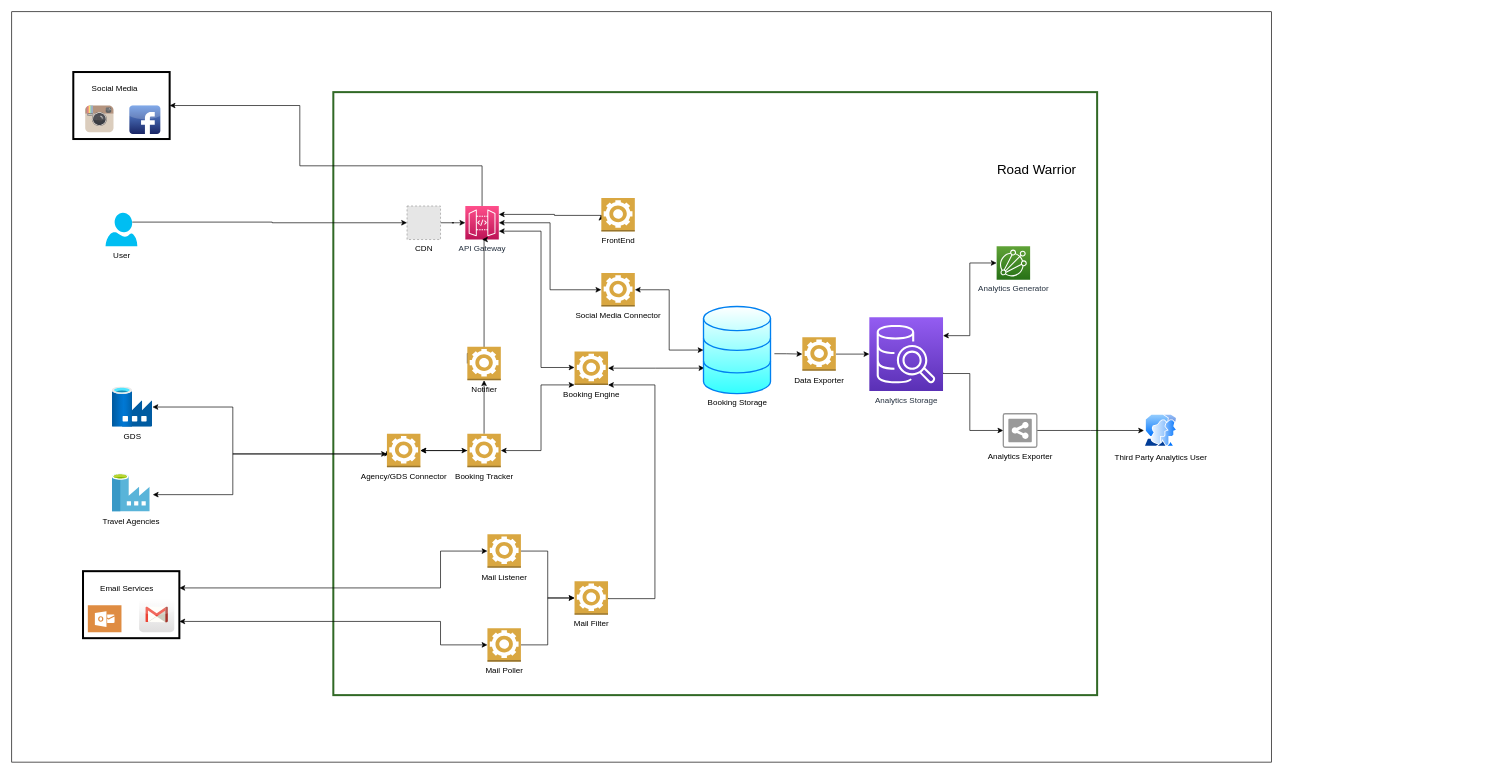
Earlier version of the draw.io diagram doc/arch/road-warrior-highlevel.drawio (relic-da/ArchEnemies). Source tidied: cells renumbered, new cells numbered last; positions are measured from the earlier drawing's top-left corner, leaving out a move shared by most shapes. Both pictures are drawn from the tidied source at 67%, with x=0, y=0 at pixel (11, 11). Pictures stored in the file or linked from it are replaced by grey dashed boxes.
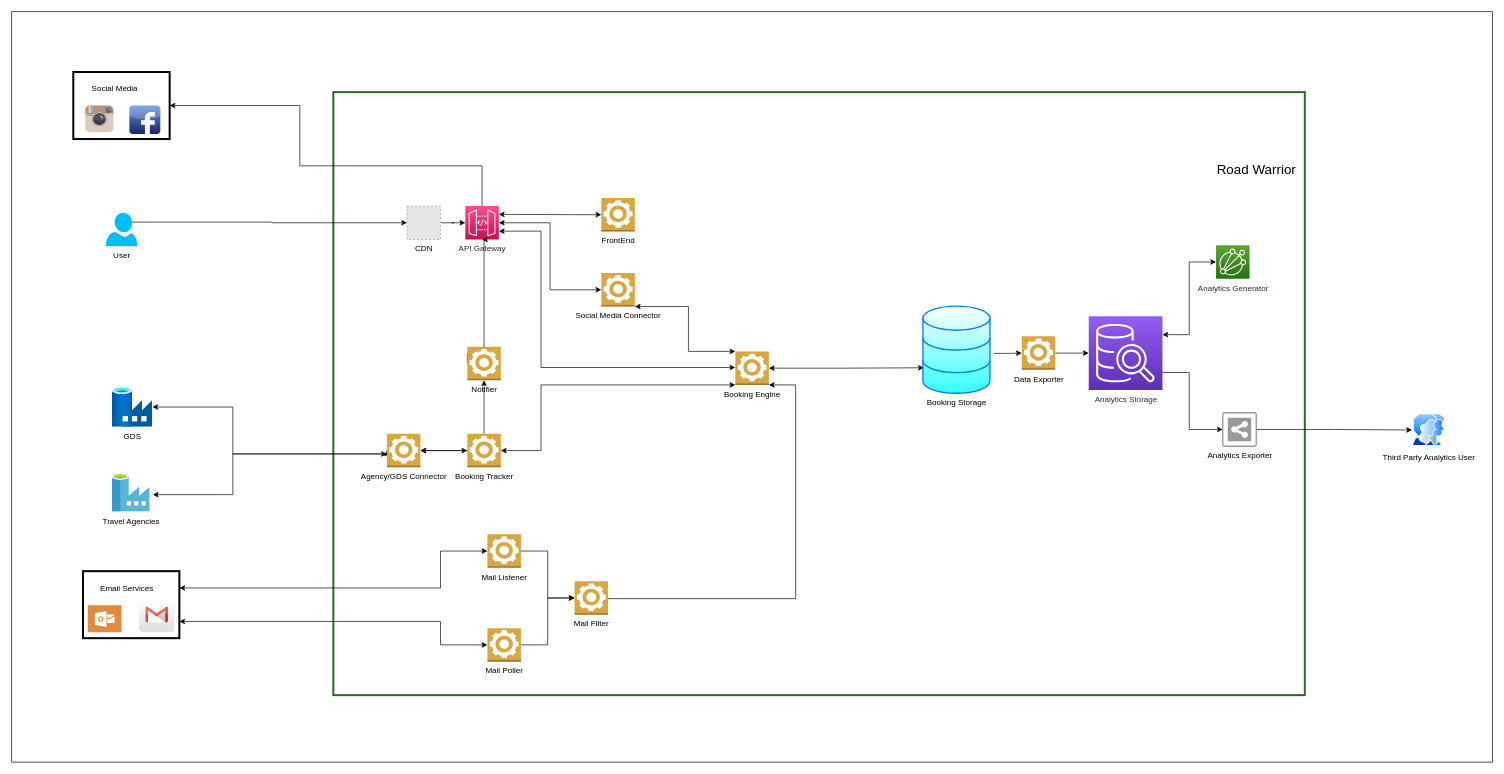
The same page after the edit.

Commit message (it also covers changes not shown here):
Added high level diagram

Unchanged cells that the change refers to:
```xml
<mxCell id="8" value="API Gateway" style="sketch=0;points=[[0,0,0],[0.25,0,0],[0.5,0,0],[0.75,0,0],[1,0,0],[0,1,0],[0.25,1,0],[0.5,1,0],[0.75,1,0],[1,1,0],[0,0.25,0],[0,0.5,0],[0,0.75,0],[1,0.25,0],[1,0.5,0],[1,0.75,0]];outlineConnect=0;fontColor=#232F3E;gradientColor=#FF4F8B;gradientDirection=north;fillColor=#BC1356;strokeColor=#ffffff;dashed=0;verticalLabelPosition=bottom;verticalAlign=top;align=center;html=1;fontSize=12;fontStyle=0;shape=mxgraph.aws4.resourceIcon;resIcon=mxgraph.aws4.api_gateway;" parent="1" vertex="1">
  <mxGeometry x="677" y="290" width="50" height="50" as="geometry" />
</mxCell>
<mxCell id="17" value="Mail Filter" style="outlineConnect=0;dashed=0;verticalLabelPosition=bottom;verticalAlign=top;align=center;html=1;shape=mxgraph.aws3.worker;fillColor=#D9A741;gradientColor=none;" parent="1" vertex="1">
  <mxGeometry x="840" y="850" width="50" height="50" as="geometry" />
</mxCell>
<mxCell id="34" value="Social Media Connector" style="outlineConnect=0;dashed=0;verticalLabelPosition=bottom;verticalAlign=top;align=center;html=1;shape=mxgraph.aws3.worker;fillColor=#D9A741;gradientColor=none;" parent="1" vertex="1">
  <mxGeometry x="880" y="390" width="50" height="50" as="geometry" />
</mxCell>
<mxCell id="43" value="FrontEnd" style="outlineConnect=0;dashed=0;verticalLabelPosition=bottom;verticalAlign=top;align=center;html=1;shape=mxgraph.aws3.worker;fillColor=#D9A741;gradientColor=none;" parent="1" vertex="1">
  <mxGeometry x="880" y="278" width="50" height="50" as="geometry" />
</mxCell>
```

Diff of the diagram source:
```diff
@@
+    <mxCell id="57" style="rounded=0;whiteSpace=wrap;html=1;strokeWidth=1;strokeColor=#030000;fillColor=none;gradientColor=none;perimeterSpacing=0;" parent="1" vertex="1">
+      <mxGeometry width="2210" height="1120" as="geometry" />
+    </mxCell>
     <mxCell id="2" style="rounded=0;whiteSpace=wrap;html=1;strokeWidth=3;strokeColor=#316926;fillColor=none;gradientColor=none;perimeterSpacing=0;" parent="1" vertex="1">
-      <mxGeometry x="480" y="120" width="1140" height="900" as="geometry" />
+      <mxGeometry x="480" y="120" width="1450" height="900" as="geometry" />
     </mxCell>
@@
     <mxCell id="10" value="Booking Engine" style="outlineConnect=0;dashed=0;verticalLabelPosition=bottom;verticalAlign=top;align=center;html=1;shape=mxgraph.aws3.worker;fillColor=#D9A741;gradientColor=none;" parent="1" vertex="1">
-      <mxGeometry x="840" y="507" width="50" height="50" as="geometry" />
+      <mxGeometry x="1080" y="507" width="50" height="50" as="geometry" />
     </mxCell>
@@
     <mxCell id="16" style="edgeStyle=orthogonalEdgeStyle;rounded=0;jettySize=auto;html=1;exitX=1;exitY=0.5;exitDx=0;exitDy=0;exitPerimeter=0;entryX=1;entryY=1;entryDx=0;entryDy=0;entryPerimeter=0;" parent="1" edge="1" source="17" target="10">
       <mxGeometry relative="1" as="geometry">
         <Array as="points">
-          <mxPoint x="960" y="876" />
-          <mxPoint x="960" y="557" />
+          <mxPoint x="890" y="876" />
+          <mxPoint x="1170" y="876" />
+          <mxPoint x="1170" y="557" />
         </Array>
       </mxGeometry>
     </mxCell>
@@
     <mxCell id="24" value="Analytics Generator" style="sketch=0;points=[[0,0,0],[0.25,0,0],[0.5,0,0],[0.75,0,0],[1,0,0],[0,1,0],[0.25,1,0],[0.5,1,0],[0.75,1,0],[1,1,0],[0,0.25,0],[0,0.5,0],[0,0.75,0],[1,0.25,0],[1,0.5,0],[1,0.75,0]];outlineConnect=0;fontColor=#232F3E;gradientColor=#60A337;gradientDirection=north;fillColor=#277116;strokeColor=#ffffff;dashed=0;verticalLabelPosition=bottom;verticalAlign=top;align=center;html=1;fontSize=12;fontStyle=0;shape=mxgraph.aws4.resourceIcon;resIcon=mxgraph.aws4.iot_analytics;" parent="1" vertex="1">
-      <mxGeometry x="1470" y="350" width="50" height="50" as="geometry" />
+      <mxGeometry x="1797.5" y="348.5" width="50" height="50" as="geometry" />
     </mxCell>
     <mxCell id="25" style="edgeStyle=orthogonalEdgeStyle;rounded=0;jettySize=auto;html=1;exitX=1;exitY=0.75;exitDx=0;exitDy=0;exitPerimeter=0;" parent="1" edge="1" source="26" target="38">
       <mxGeometry relative="1" as="geometry">
         <Array as="points">
-          <mxPoint x="1390" y="540" />
-          <mxPoint x="1430" y="540" />
-          <mxPoint x="1430" y="625" />
+          <mxPoint x="1717.5" y="538.5" />
+          <mxPoint x="1757.5" y="538.5" />
+          <mxPoint x="1757.5" y="623.5" />
         </Array>
       </mxGeometry>
     </mxCell>
     <mxCell id="26" value="Analytics Storage" style="sketch=0;points=[[0,0,0],[0.25,0,0],[0.5,0,0],[0.75,0,0],[1,0,0],[0,1,0],[0.25,1,0],[0.5,1,0],[0.75,1,0],[1,1,0],[0,0.25,0],[0,0.5,0],[0,0.75,0],[1,0.25,0],[1,0.5,0],[1,0.75,0]];outlineConnect=0;fontColor=#232F3E;gradientColor=#945DF2;gradientDirection=north;fillColor=#5A30B5;strokeColor=#ffffff;dashed=0;verticalLabelPosition=bottom;verticalAlign=top;align=center;html=1;fontSize=12;fontStyle=0;shape=mxgraph.aws4.resourceIcon;resIcon=mxgraph.aws4.sql_workbench;" parent="1" vertex="1">
-      <mxGeometry x="1280" y="456" width="110" height="110" as="geometry" />
+      <mxGeometry x="1607.5" y="454.5" width="110" height="110" as="geometry" />
     </mxCell>
-    <mxCell id="27" style="edgeStyle=orthogonalEdgeStyle;rounded=0;jettySize=auto;html=1;entryX=1;entryY=0.5;entryDx=0;entryDy=0;entryPerimeter=0;startArrow=classic;" parent="1" edge="1" source="28" target="34">
-      <mxGeometry relative="1" as="geometry" />
+    <mxCell id="27" style="edgeStyle=orthogonalEdgeStyle;rounded=0;jettySize=auto;html=1;entryX=1;entryY=1;entryDx=0;entryDy=0;entryPerimeter=0;startArrow=classic;exitX=0;exitY=0;exitDx=0;exitDy=0;exitPerimeter=0;" parent="1" edge="1" source="10" target="34">
+      <mxGeometry relative="1" as="geometry">
+        <Array as="points">
+          <mxPoint x="1080" y="507" />
+          <mxPoint x="1010" y="507" />
+          <mxPoint x="1010" y="440" />
+        </Array>
+      </mxGeometry>
     </mxCell>
     <mxCell id="28" value="Booking Storage" style="html=1;verticalLabelPosition=bottom;align=center;labelBackgroundColor=#ffffff;verticalAlign=top;strokeWidth=2;strokeColor=#0080F0;shadow=0;dashed=0;shape=mxgraph.ios7.icons.data;gradientColor=#33FFFF;" parent="1" vertex="1" collapsed="1">
-      <mxGeometry x="1032.5" y="440" width="100" height="130" as="geometry" />
+      <mxGeometry x="1360" y="439.5" width="100" height="130" as="geometry" />
     </mxCell>
@@
     <mxCell id="36" value="Data Exporter" style="outlineConnect=0;dashed=0;verticalLabelPosition=bottom;verticalAlign=top;align=center;html=1;shape=mxgraph.aws3.worker;fillColor=#D9A741;gradientColor=none;" parent="1" vertex="1">
-      <mxGeometry x="1180" y="486" width="50" height="50" as="geometry" />
+      <mxGeometry x="1507.5" y="484.5" width="50" height="50" as="geometry" />
     </mxCell>
@@
     <mxCell id="38" value="Analytics Exporter" style="strokeColor=#999999;verticalLabelPosition=bottom;shadow=0;dashed=0;verticalAlign=top;strokeWidth=2;html=1;shape=mxgraph.mockup.misc.shareIcon;" parent="1" vertex="1">
-      <mxGeometry x="1480" y="600" width="50" height="50" as="geometry" />
+      <mxGeometry x="1807.5" y="598.5" width="50" height="50" as="geometry" />
     </mxCell>
@@
     <mxCell id="40" value="Third Party Analytics User" style="image;perimeter=ellipsePerimeter;html=1;align=center;shadow=0;dashed=0;spacingTop=3;image=img/lib/active_directory/user_accounts.svg;" parent="1" vertex="1">
-      <mxGeometry x="1690" y="600.8" width="50" height="48.5" as="geometry" />
+      <mxGeometry x="2090" y="600" width="50" height="48.5" as="geometry" />
     </mxCell>
     <mxCell id="41" value="Road Warrior" style="text;html=1;strokeColor=none;fillColor=none;align=center;verticalAlign=middle;whiteSpace=wrap;rounded=0;fontSize=20;" parent="1" vertex="1">
-      <mxGeometry x="1440" y="220" width="180" height="30" as="geometry" />
+      <mxGeometry x="1767.5" y="218.5" width="180" height="30" as="geometry" />
     </mxCell>
-    <mxCell id="42" style="edgeStyle=orthogonalEdgeStyle;rounded=0;jettySize=auto;html=1;entryX=1;entryY=0.25;entryDx=0;entryDy=0;entryPerimeter=0;startArrow=classic;exitX=0;exitY=0.5;exitDx=0;exitDy=0;exitPerimeter=0;" parent="1" edge="1" source="43" target="8">
-      <mxGeometry relative="1" as="geometry">
-        <Array as="points">
-          <mxPoint x="810" y="304" />
-          <mxPoint x="810" y="302" />
-        </Array>
-      </mxGeometry>
+    <mxCell id="42" style="rounded=0;jettySize=auto;html=1;entryX=1;entryY=0.25;entryDx=0;entryDy=0;entryPerimeter=0;startArrow=classic;exitX=0;exitY=0.5;exitDx=0;exitDy=0;exitPerimeter=0;" parent="1" edge="1" source="43" target="8">
+      <mxGeometry relative="1" as="geometry" />
     </mxCell>
@@
-    <mxCell id="57" style="rounded=0;whiteSpace=wrap;html=1;strokeWidth=1;strokeColor=#030000;fillColor=none;gradientColor=none;perimeterSpacing=0;" parent="1" vertex="1">
-      <mxGeometry width="1880" height="1120" as="geometry" />
-    </mxCell>
```
